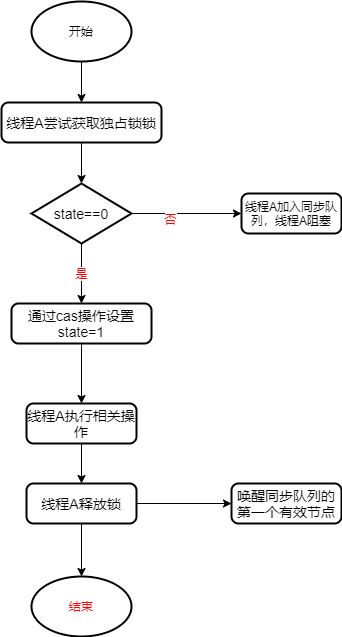
This is 独占锁流程图.drawio.png from weirjiang/blog.github.io, a draw.io export, as it was before one commit. Source tidied: cells renumbered, new cells last; positions are measured from the earlier drawing's top-left corner, leaving out a move shared by most shapes. Its diagram source:
```xml
<mxGraphModel>
  <root>
    <mxCell id="0" />
    <mxCell id="1" parent="0" />
    <mxCell id="2" style="edgeStyle=orthogonalEdgeStyle;rounded=0;jettySize=auto;html=1;" parent="1" edge="1" source="3" target="5">
      <mxGeometry relative="1" as="geometry" />
    </mxCell>
    <mxCell id="3" value="开始" style="strokeWidth=2;html=1;shape=mxgraph.flowchart.start_1;whiteSpace=wrap;" parent="1" vertex="1">
      <mxGeometry x="30" width="100" height="60" as="geometry" />
    </mxCell>
    <mxCell id="4" style="edgeStyle=orthogonalEdgeStyle;rounded=0;jettySize=auto;html=1;" parent="1" edge="1" source="5" target="9">
      <mxGeometry relative="1" as="geometry" />
    </mxCell>
    <mxCell id="5" value="&lt;font style=&quot;font-size: 14px&quot;&gt;线程A尝试获取独占锁锁&lt;/font&gt;" style="rounded=1;whiteSpace=wrap;html=1;absoluteArcSize=1;arcSize=14;strokeWidth=2;" parent="1" vertex="1">
      <mxGeometry y="101" width="160" height="40" as="geometry" />
    </mxCell>
    <mxCell id="6" style="edgeStyle=orthogonalEdgeStyle;rounded=0;jettySize=auto;html=1;" parent="1" edge="1" source="9" target="10">
      <mxGeometry relative="1" as="geometry" />
    </mxCell>
    <mxCell id="7" value="否" style="edgeLabel;html=1;align=center;verticalAlign=middle;fontColor=#FF0000;" parent="6" vertex="1">
      <mxGeometry x="-0.31" y="-5" relative="1" as="geometry" />
    </mxCell>
    <mxCell id="8" value="是" style="edgeStyle=orthogonalEdgeStyle;rounded=0;jettySize=auto;html=1;fontColor=#FF0000;" parent="1" edge="1" source="9" target="12">
      <mxGeometry relative="1" as="geometry" />
    </mxCell>
    <mxCell id="9" value="&lt;font style=&quot;font-size: 14px&quot;&gt;state==0&lt;/font&gt;" style="strokeWidth=2;html=1;shape=mxgraph.flowchart.decision;whiteSpace=wrap;" parent="1" vertex="1">
      <mxGeometry x="30" y="182" width="100" height="60" as="geometry" />
    </mxCell>
    <mxCell id="10" value="线程A加入同步队列，线程A阻塞" style="rounded=1;whiteSpace=wrap;html=1;absoluteArcSize=1;arcSize=14;strokeWidth=2;" parent="1" vertex="1">
      <mxGeometry x="240" y="192" width="100" height="40" as="geometry" />
    </mxCell>
    <mxCell id="11" style="edgeStyle=orthogonalEdgeStyle;rounded=0;jettySize=auto;html=1;" parent="1" edge="1" source="12" target="14">
      <mxGeometry relative="1" as="geometry" />
    </mxCell>
    <mxCell id="12" value="&lt;font style=&quot;font-size: 14px&quot;&gt;通过cas操作设置state=1&lt;/font&gt;" style="rounded=1;whiteSpace=wrap;html=1;absoluteArcSize=1;arcSize=14;strokeWidth=2;" parent="1" vertex="1">
      <mxGeometry x="10" y="302" width="140" height="40" as="geometry" />
    </mxCell>
    <mxCell id="13" style="edgeStyle=orthogonalEdgeStyle;rounded=0;jettySize=auto;html=1;" parent="1" edge="1" source="14" target="17">
      <mxGeometry relative="1" as="geometry" />
    </mxCell>
    <mxCell id="14" value="&lt;font style=&quot;font-size: 14px&quot;&gt;线程A执行相关操作&lt;/font&gt;" style="rounded=1;whiteSpace=wrap;html=1;absoluteArcSize=1;arcSize=14;strokeWidth=2;" parent="1" vertex="1">
      <mxGeometry x="25" y="402" width="110" height="40" as="geometry" />
    </mxCell>
    <mxCell id="15" style="edgeStyle=orthogonalEdgeStyle;rounded=0;jettySize=auto;html=1;" parent="1" edge="1" source="17" target="18">
      <mxGeometry relative="1" as="geometry" />
    </mxCell>
    <mxCell id="16" style="edgeStyle=orthogonalEdgeStyle;rounded=0;jettySize=auto;html=1;fontColor=#FF0000;" parent="1" edge="1" source="17" target="19">
      <mxGeometry relative="1" as="geometry" />
    </mxCell>
    <mxCell id="17" value="&lt;font style=&quot;font-size: 14px&quot;&gt;线程A释放锁&lt;/font&gt;" style="rounded=1;whiteSpace=wrap;html=1;absoluteArcSize=1;arcSize=14;strokeWidth=2;" parent="1" vertex="1">
      <mxGeometry x="25" y="482" width="110" height="40" as="geometry" />
    </mxCell>
    <mxCell id="18" value="&lt;font style=&quot;font-size: 14px&quot;&gt;唤醒同步队列的第一个有效节点&lt;/font&gt;" style="rounded=1;whiteSpace=wrap;html=1;absoluteArcSize=1;arcSize=14;strokeWidth=2;" parent="1" vertex="1">
      <mxGeometry x="230" y="482" width="110" height="40" as="geometry" />
    </mxCell>
    <mxCell id="19" value="结束" style="strokeWidth=2;html=1;shape=mxgraph.flowchart.start_1;whiteSpace=wrap;fontColor=#FF0000;" parent="1" vertex="1">
      <mxGeometry x="30" y="575" width="100" height="60" as="geometry" />
    </mxCell>
  </root>
</mxGraphModel>
```
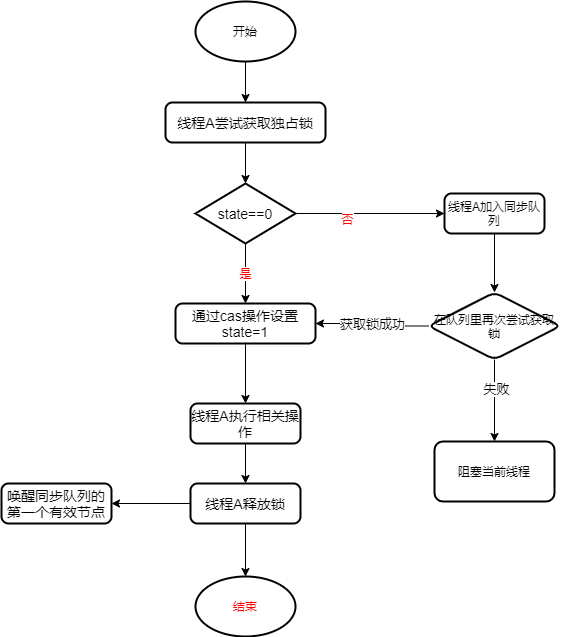
The same file after the commit.

Commit message:
更新独占锁流程图.drawio.png

What changed in the source:
```diff
@@ -11,7 +11,7 @@
     <mxCell id="4" style="edgeStyle=orthogonalEdgeStyle;rounded=0;jettySize=auto;html=1;" parent="1" edge="1" source="5" target="9">
       <mxGeometry relative="1" as="geometry" />
     </mxCell>
-    <mxCell id="5" value="&lt;font style=&quot;font-size: 14px&quot;&gt;线程A尝试获取独占锁锁&lt;/font&gt;" style="rounded=1;whiteSpace=wrap;html=1;absoluteArcSize=1;arcSize=14;strokeWidth=2;" parent="1" vertex="1">
+    <mxCell id="5" value="&lt;font style=&quot;font-size: 14px&quot;&gt;线程A尝试获取独占锁&lt;/font&gt;" style="rounded=1;whiteSpace=wrap;html=1;absoluteArcSize=1;arcSize=14;strokeWidth=2;" parent="1" vertex="1">
       <mxGeometry y="101" width="160" height="40" as="geometry" />
     </mxCell>
     <mxCell id="6" style="edgeStyle=orthogonalEdgeStyle;rounded=0;jettySize=auto;html=1;" parent="1" edge="1" source="9" target="10">
@@ -26,8 +26,11 @@
     <mxCell id="9" value="&lt;font style=&quot;font-size: 14px&quot;&gt;state==0&lt;/font&gt;" style="strokeWidth=2;html=1;shape=mxgraph.flowchart.decision;whiteSpace=wrap;" parent="1" vertex="1">
       <mxGeometry x="30" y="182" width="100" height="60" as="geometry" />
     </mxCell>
+    <mxCell id="20" style="edgeStyle=orthogonalEdgeStyle;rounded=0;jettySize=auto;html=1;fontSize=13;" parent="1" edge="1" source="10" target="24">
+      <mxGeometry relative="1" as="geometry" />
+    </mxCell>
-    <mxCell id="10" value="线程A加入同步队列，线程A阻塞" style="rounded=1;whiteSpace=wrap;html=1;absoluteArcSize=1;arcSize=14;strokeWidth=2;" parent="1" vertex="1">
-      <mxGeometry x="240" y="192" width="100" height="40" as="geometry" />
+    <mxCell id="10" value="线程A加入同步队列" style="rounded=1;whiteSpace=wrap;html=1;absoluteArcSize=1;arcSize=14;strokeWidth=2;" parent="1" vertex="1">
+      <mxGeometry x="279" y="192" width="100" height="40" as="geometry" />
     </mxCell>
     <mxCell id="11" style="edgeStyle=orthogonalEdgeStyle;rounded=0;jettySize=auto;html=1;" parent="1" edge="1" source="12" target="14">
       <mxGeometry relative="1" as="geometry" />
@@ -51,10 +54,25 @@
       <mxGeometry x="25" y="482" width="110" height="40" as="geometry" />
     </mxCell>
     <mxCell id="18" value="&lt;font style=&quot;font-size: 14px&quot;&gt;唤醒同步队列的第一个有效节点&lt;/font&gt;" style="rounded=1;whiteSpace=wrap;html=1;absoluteArcSize=1;arcSize=14;strokeWidth=2;" parent="1" vertex="1">
-      <mxGeometry x="230" y="482" width="110" height="40" as="geometry" />
+      <mxGeometry x="-164" y="482" width="110" height="40" as="geometry" />
     </mxCell>
     <mxCell id="19" value="结束" style="strokeWidth=2;html=1;shape=mxgraph.flowchart.start_1;whiteSpace=wrap;fontColor=#FF0000;" parent="1" vertex="1">
       <mxGeometry x="30" y="575" width="100" height="60" as="geometry" />
     </mxCell>
+    <mxCell id="21" style="edgeStyle=orthogonalEdgeStyle;rounded=0;jettySize=auto;html=1;fontSize=13;" parent="1" edge="1" source="24" target="25">
+      <mxGeometry relative="1" as="geometry" />
+    </mxCell>
+    <mxCell id="22" value="失败" style="edgeLabel;html=1;align=center;verticalAlign=middle;fontSize=13;" parent="21" vertex="1">
+      <mxGeometry x="-0.28" y="1" relative="1" as="geometry" />
+    </mxCell>
+    <mxCell id="23" value="获取锁成功" style="edgeStyle=orthogonalEdgeStyle;rounded=0;jettySize=auto;html=1;fontSize=13;" parent="1" edge="1" source="24" target="12">
+      <mxGeometry relative="1" as="geometry" />
+    </mxCell>
+    <mxCell id="24" value="在队列里再次尝试获取锁" style="rhombus;whiteSpace=wrap;html=1;rounded=1;strokeWidth=2;arcSize=14;" parent="1" vertex="1">
+      <mxGeometry x="263" y="291" width="132" height="67" as="geometry" />
+    </mxCell>
+    <mxCell id="25" value="阻塞当前线程" style="rounded=1;whiteSpace=wrap;html=1;strokeWidth=2;arcSize=14;" parent="1" vertex="1">
+      <mxGeometry x="269" y="440" width="120" height="60" as="geometry" />
+    </mxCell>
   </root>
 </mxGraphModel>
```
